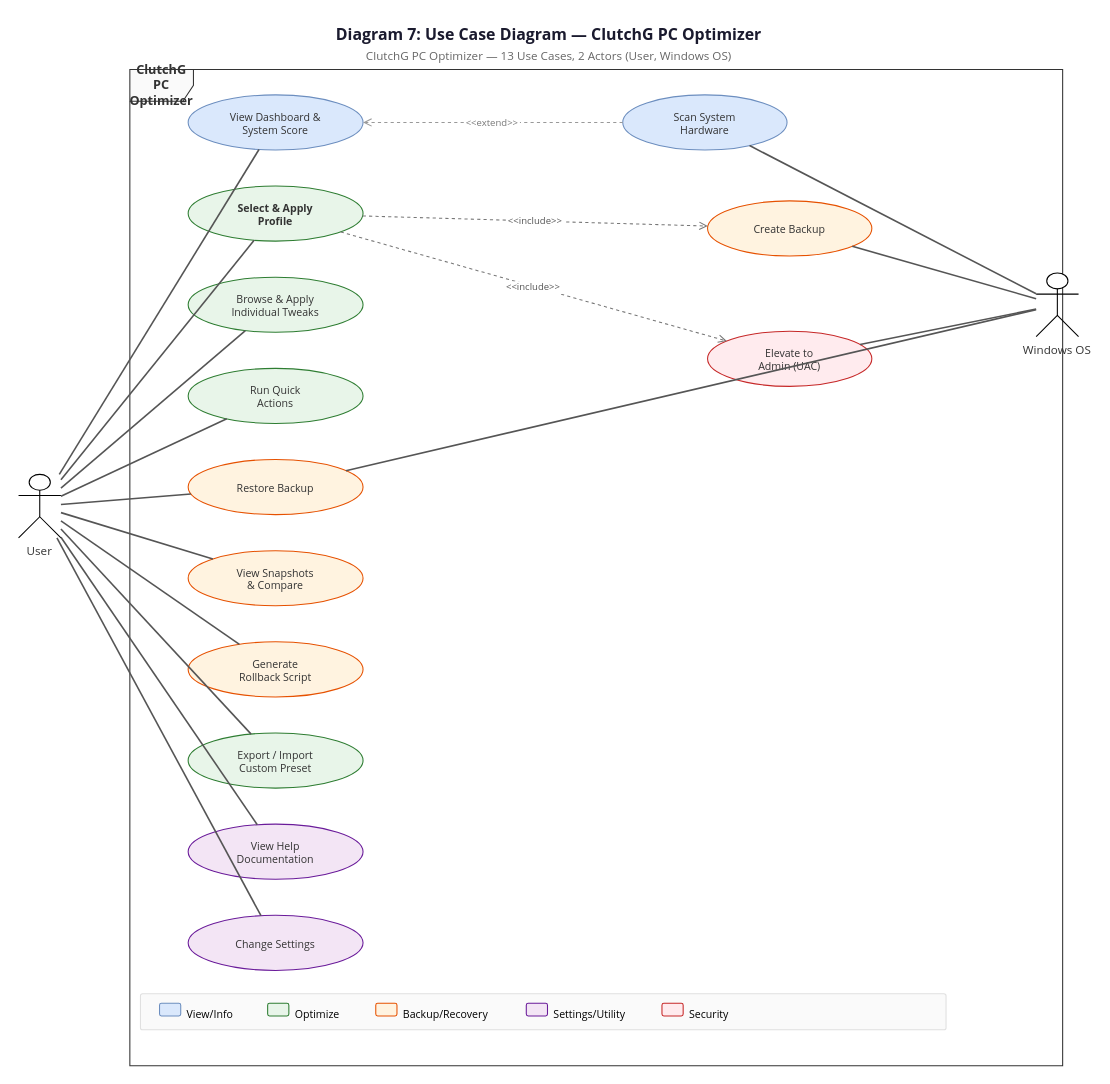
The draw.io diagram docs/diagrams/07-use-case-diagram.drawio in neckttiie090520/clutchg-pc-optimizer, before the edit. Source tidied: cells renumbered, new cells numbered last; positions are measured from the earlier drawing's top-left corner, leaving out a move shared by most shapes. Both pictures are drawn from the tidied source at 106%, with x=0, y=0 at pixel (18, 18).
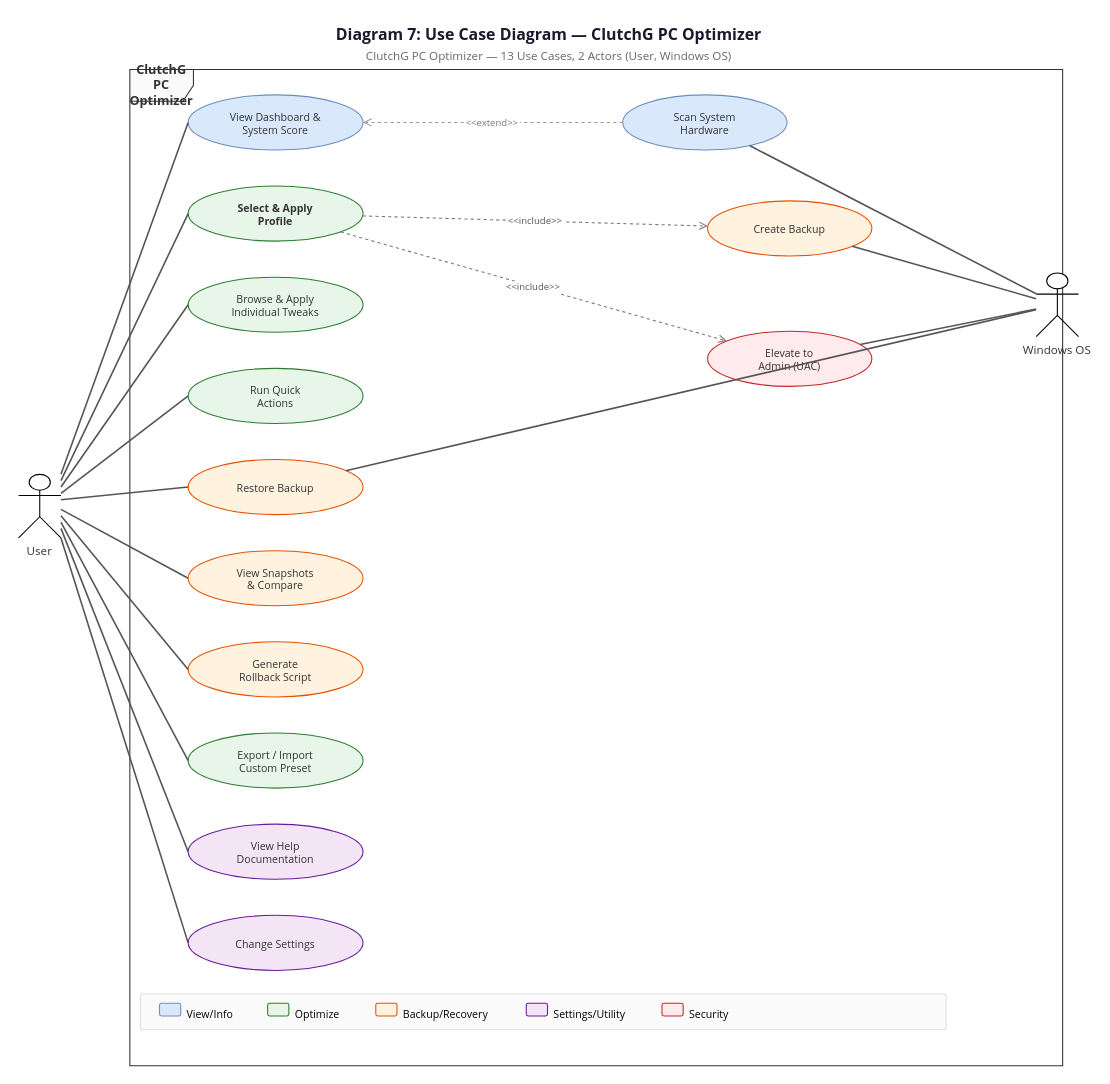
The same diagram, later.

Commit message (it also covers changes not shown here):
แก้ P1 diagram: 05 entity bug, 07 กระจายเส้น actor, 08 title font, 10 html stereotype

The change refers to these unchanged cells:
```xml
<mxCell id="5" value="User" style="shape=umlActor;verticalLabelPosition=bottom;verticalAlign=top;outlineConnect=0;fontFamily=Segoe UI;fontSize=11;fontColor=#333333;" parent="1" vertex="1">
  <mxGeometry y="430" width="40" height="60" as="geometry" />
</mxCell>
<mxCell id="7" value="View Dashboard &amp;&#10;System Score" style="ellipse;whiteSpace=wrap;fillColor=#dae8fc;strokeColor=#6c8ebf;fontFamily=Segoe UI;fontSize=10;fontColor=#333333;" parent="1" vertex="1">
  <mxGeometry x="160" y="72" width="165" height="52" as="geometry" />
</mxCell>
<mxCell id="8" value="Select &amp; Apply&#10;Profile" style="ellipse;whiteSpace=wrap;fillColor=#e8f5e9;strokeColor=#2e7d32;fontFamily=Segoe UI;fontSize=10;fontStyle=1;fontColor=#333333;" parent="1" vertex="1">
  <mxGeometry x="160" y="158" width="165" height="52" as="geometry" />
</mxCell>
<mxCell id="9" value="Browse &amp; Apply&#10;Individual Tweaks" style="ellipse;whiteSpace=wrap;fillColor=#e8f5e9;strokeColor=#2e7d32;fontFamily=Segoe UI;fontSize=10;fontColor=#333333;" parent="1" vertex="1">
  <mxGeometry x="160" y="244" width="165" height="52" as="geometry" />
</mxCell>
<mxCell id="10" value="Run Quick&#10;Actions" style="ellipse;whiteSpace=wrap;fillColor=#e8f5e9;strokeColor=#2e7d32;fontFamily=Segoe UI;fontSize=10;fontColor=#333333;" parent="1" vertex="1">
  <mxGeometry x="160" y="330" width="165" height="52" as="geometry" />
</mxCell>
<mxCell id="11" value="Restore Backup" style="ellipse;whiteSpace=wrap;fillColor=#fff3e0;strokeColor=#e65100;fontFamily=Segoe UI;fontSize=10;fontColor=#333333;" parent="1" vertex="1">
  <mxGeometry x="160" y="416" width="165" height="52" as="geometry" />
</mxCell>
<mxCell id="12" value="View Snapshots&#10;&amp; Compare" style="ellipse;whiteSpace=wrap;fillColor=#fff3e0;strokeColor=#e65100;fontFamily=Segoe UI;fontSize=10;fontColor=#333333;" parent="1" vertex="1">
  <mxGeometry x="160" y="502" width="165" height="52" as="geometry" />
</mxCell>
<mxCell id="13" value="Generate&#10;Rollback Script" style="ellipse;whiteSpace=wrap;fillColor=#fff3e0;strokeColor=#e65100;fontFamily=Segoe UI;fontSize=10;fontColor=#333333;" parent="1" vertex="1">
  <mxGeometry x="160" y="588" width="165" height="52" as="geometry" />
</mxCell>
<mxCell id="14" value="Export / Import&#10;Custom Preset" style="ellipse;whiteSpace=wrap;fillColor=#e8f5e9;strokeColor=#2e7d32;fontFamily=Segoe UI;fontSize=10;fontColor=#333333;" parent="1" vertex="1">
  <mxGeometry x="160" y="674" width="165" height="52" as="geometry" />
</mxCell>
<mxCell id="15" value="View Help&#10;Documentation" style="ellipse;whiteSpace=wrap;fillColor=#f3e5f5;strokeColor=#6a1b9a;fontFamily=Segoe UI;fontSize=10;fontColor=#333333;" parent="1" vertex="1">
  <mxGeometry x="160" y="760" width="165" height="52" as="geometry" />
</mxCell>
<mxCell id="16" value="Change Settings" style="ellipse;whiteSpace=wrap;fillColor=#f3e5f5;strokeColor=#6a1b9a;fontFamily=Segoe UI;fontSize=10;fontColor=#333333;" parent="1" vertex="1">
  <mxGeometry x="160" y="846" width="165" height="52" as="geometry" />
</mxCell>
```

Diff of the diagram source:
```diff
@@
-    <mxCell id="20" style="endArrow=none;strokeColor=#555555;strokeWidth=1.5;" parent="1" edge="1" source="5" target="7">
+    <mxCell id="20" style="endArrow=none;strokeColor=#555555;strokeWidth=1.5;exitX=1;exitY=0;exitDx=0;exitDy=0;entryX=0;entryY=0.5;entryDx=0;entryDy=0;" parent="1" edge="1" source="5" target="7">
       <mxGeometry relative="1" as="geometry" />
     </mxCell>
-    <mxCell id="21" style="endArrow=none;strokeColor=#555555;strokeWidth=1.5;" parent="1" edge="1" source="5" target="8">
+    <mxCell id="21" style="endArrow=none;strokeColor=#555555;strokeWidth=1.5;exitX=1;exitY=0.1;exitDx=0;exitDy=0;entryX=0;entryY=0.5;entryDx=0;entryDy=0;" parent="1" edge="1" source="5" target="8">
       <mxGeometry relative="1" as="geometry" />
     </mxCell>
-    <mxCell id="22" style="endArrow=none;strokeColor=#555555;strokeWidth=1.5;" parent="1" edge="1" source="5" target="9">
+    <mxCell id="22" style="endArrow=none;strokeColor=#555555;strokeWidth=1.5;exitX=1;exitY=0.2;exitDx=0;exitDy=0;entryX=0;entryY=0.5;entryDx=0;entryDy=0;" parent="1" edge="1" source="5" target="9">
       <mxGeometry relative="1" as="geometry" />
     </mxCell>
-    <mxCell id="23" style="endArrow=none;strokeColor=#555555;strokeWidth=1.5;" parent="1" edge="1" source="5" target="10">
+    <mxCell id="23" style="endArrow=none;strokeColor=#555555;strokeWidth=1.5;exitX=1;exitY=0.3;exitDx=0;exitDy=0;entryX=0;entryY=0.5;entryDx=0;entryDy=0;" parent="1" edge="1" source="5" target="10">
       <mxGeometry relative="1" as="geometry" />
     </mxCell>
-    <mxCell id="24" style="endArrow=none;strokeColor=#555555;strokeWidth=1.5;" parent="1" edge="1" source="5" target="11">
+    <mxCell id="24" style="endArrow=none;strokeColor=#555555;strokeWidth=1.5;exitX=1;exitY=0.4;exitDx=0;exitDy=0;entryX=0;entryY=0.5;entryDx=0;entryDy=0;" parent="1" edge="1" source="5" target="11">
       <mxGeometry relative="1" as="geometry" />
     </mxCell>
-    <mxCell id="25" style="endArrow=none;strokeColor=#555555;strokeWidth=1.5;" parent="1" edge="1" source="5" target="12">
+    <mxCell id="25" style="endArrow=none;strokeColor=#555555;strokeWidth=1.5;exitX=1;exitY=0.55;exitDx=0;exitDy=0;entryX=0;entryY=0.5;entryDx=0;entryDy=0;" parent="1" edge="1" source="5" target="12">
       <mxGeometry relative="1" as="geometry" />
     </mxCell>
-    <mxCell id="26" style="endArrow=none;strokeColor=#555555;strokeWidth=1.5;" parent="1" edge="1" source="5" target="13">
+    <mxCell id="26" style="endArrow=none;strokeColor=#555555;strokeWidth=1.5;exitX=1;exitY=0.65;exitDx=0;exitDy=0;entryX=0;entryY=0.5;entryDx=0;entryDy=0;" parent="1" edge="1" source="5" target="13">
       <mxGeometry relative="1" as="geometry" />
     </mxCell>
-    <mxCell id="27" style="endArrow=none;strokeColor=#555555;strokeWidth=1.5;" parent="1" edge="1" source="5" target="14">
+    <mxCell id="27" style="endArrow=none;strokeColor=#555555;strokeWidth=1.5;exitX=1;exitY=0.75;exitDx=0;exitDy=0;entryX=0;entryY=0.5;entryDx=0;entryDy=0;" parent="1" edge="1" source="5" target="14">
       <mxGeometry relative="1" as="geometry" />
     </mxCell>
-    <mxCell id="28" style="endArrow=none;strokeColor=#555555;strokeWidth=1.5;" parent="1" edge="1" source="5" target="15">
+    <mxCell id="28" style="endArrow=none;strokeColor=#555555;strokeWidth=1.5;exitX=1;exitY=0.85;exitDx=0;exitDy=0;entryX=0;entryY=0.5;entryDx=0;entryDy=0;" parent="1" edge="1" source="5" target="15">
       <mxGeometry relative="1" as="geometry" />
     </mxCell>
-    <mxCell id="29" style="endArrow=none;strokeColor=#555555;strokeWidth=1.5;" parent="1" edge="1" source="5" target="16">
+    <mxCell id="29" style="endArrow=none;strokeColor=#555555;strokeWidth=1.5;exitX=1;exitY=1;exitDx=0;exitDy=0;entryX=0;entryY=0.5;entryDx=0;entryDy=0;" parent="1" edge="1" source="5" target="16">
       <mxGeometry relative="1" as="geometry" />
     </mxCell>
```
